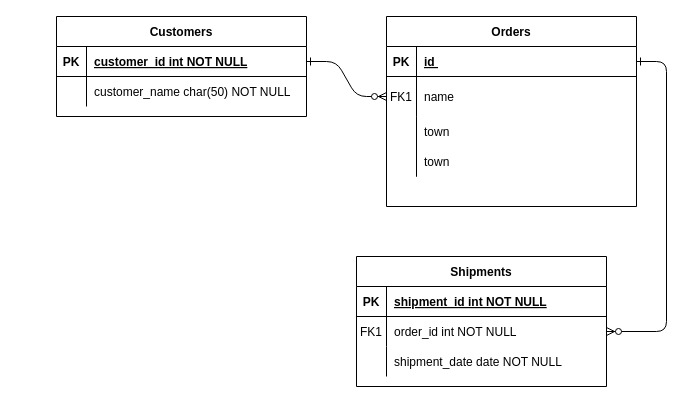
This is Диаграмма без названия.drawio from anastasiria/ER-diagram_SQL, a draw.io file, before an edit. Source tidied: cells renumbered, new cells numbered last; positions are measured from the earlier drawing's top-left corner, leaving out a move shared by most shapes. Both pictures are drawn from the tidied source at 100%, with x=0, y=0 at pixel (56, 16).
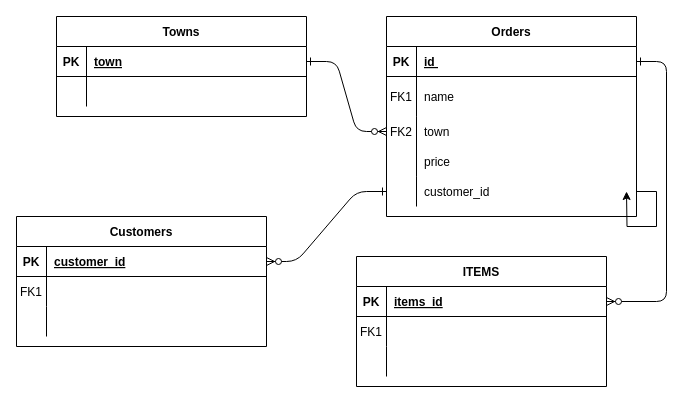
The same page after the edit.

The change refers to these unchanged cells:
```xml
<mxCell id="5" style="shape=partialRectangle;fillColor=none;points=[[0,0.5],[1,0.5]];portConstraint=eastwest;top=0;left=0;right=0;bottom=1;" parent="4" vertex="1">
  <mxGeometry y="30" width="250" height="30" as="geometry" />
</mxCell>
<mxCell id="8" style="shape=partialRectangle;fillColor=none;points=[[0,0.5],[1,0.5]];portConstraint=eastwest;top=0;left=0;right=0;bottom=0;" parent="4" vertex="1">
  <mxGeometry y="60" width="250" height="40" as="geometry" />
</mxCell>
<mxCell id="11" style="shape=partialRectangle;fillColor=none;points=[[0,0.5],[1,0.5]];portConstraint=eastwest;top=0;left=0;right=0;bottom=0;" parent="4" vertex="1">
  <mxGeometry y="100" width="250" height="30" as="geometry" />
</mxCell>
<mxCell id="14" style="shape=partialRectangle;fillColor=none;top=0;left=0;right=0;bottom=0;" parent="4" vertex="1">
  <mxGeometry y="130" width="250" height="30" as="geometry" />
</mxCell>
<mxCell id="18" style="shape=partialRectangle;fillColor=none;points=[[0,0.5],[1,0.5]];portConstraint=eastwest;top=0;left=0;right=0;bottom=1;" parent="17" vertex="1">
  <mxGeometry y="30" width="250" height="30" as="geometry" />
</mxCell>
<mxCell id="21" style="shape=partialRectangle;fillColor=none;points=[[0,0.5],[1,0.5]];portConstraint=eastwest;top=0;left=0;right=0;bottom=0;" parent="17" vertex="1">
  <mxGeometry y="60" width="250" height="30" as="geometry" />
</mxCell>
<mxCell id="24" style="shape=partialRectangle;fillColor=none;top=0;left=0;right=0;bottom=0;" parent="17" vertex="1">
  <mxGeometry y="90" width="250" height="30" as="geometry" />
</mxCell>
<mxCell id="28" style="shape=partialRectangle;fillColor=none;points=[[0,0.5],[1,0.5]];portConstraint=eastwest;top=0;left=0;right=0;bottom=1;" parent="27" vertex="1">
  <mxGeometry y="30" width="250" height="30" as="geometry" />
</mxCell>
<mxCell id="31" style="shape=partialRectangle;fillColor=none;top=0;left=0;right=0;bottom=0;" parent="27" vertex="1">
  <mxGeometry y="60" width="250" height="30" as="geometry" />
</mxCell>
```

The edit, as a diff of the source:
```diff
@@
-    <mxCell id="2" style="edgeStyle=entityRelationEdgeStyle;endArrow=ERzeroToMany;startArrow=ERone;endFill=1;startFill=0;" parent="1" edge="1" source="28" target="8">
-      <mxGeometry relative="1" as="geometry" />
+    <mxCell id="2" style="edgeStyle=entityRelationEdgeStyle;endArrow=ERzeroToMany;startArrow=ERone;endFill=1;startFill=0;entryX=0;entryY=0.5;entryDx=0;entryDy=0;" parent="1" edge="1" source="28" target="11">
+      <mxGeometry relative="1" as="geometry">
+        <Array as="points">
+          <mxPoint x="320" y="120" />
+        </Array>
+      </mxGeometry>
     </mxCell>
-    <mxCell id="3" style="edgeStyle=entityRelationEdgeStyle;endArrow=ERzeroToMany;startArrow=ERone;endFill=1;startFill=0;" parent="1" edge="1" source="5" target="21">
+    <mxCell id="3" style="edgeStyle=entityRelationEdgeStyle;endArrow=ERzeroToMany;startArrow=ERone;endFill=1;startFill=0;entryX=1;entryY=0.5;entryDx=0;entryDy=0;" parent="1" edge="1" source="5" target="18">
       <mxGeometry relative="1" as="geometry" />
     </mxCell>
     <mxCell id="4" value="Orders" style="shape=table;startSize=30;childLayout=tableLayout;rowLines=0;fontStyle=1;align=center;" parent="1" vertex="1">
-      <mxGeometry x="330" width="250" height="190" as="geometry" />
+      <mxGeometry x="330" width="250" height="200" as="geometry" />
     </mxCell>
@@
-    <mxCell id="12" style="shape=partialRectangle;overflow=hidden;fillColor=none;top=0;left=0;bottom=0;right=0;" parent="11" vertex="1">
+    <mxCell id="12" value="FK2" style="shape=partialRectangle;overflow=hidden;fillColor=none;top=0;left=0;bottom=0;right=0;" parent="11" vertex="1">
       <mxGeometry width="30" height="30" as="geometry" />
     </mxCell>
@@
-    <mxCell id="16" value="town" style="shape=partialRectangle;overflow=hidden;fillColor=none;top=0;left=0;bottom=0;right=0;align=left;spacingLeft=6;" parent="14" vertex="1">
+    <mxCell id="16" value="price" style="shape=partialRectangle;overflow=hidden;fillColor=none;top=0;left=0;bottom=0;right=0;align=left;spacingLeft=6;" parent="14" vertex="1">
       <mxGeometry x="30" width="220" height="30" as="geometry" />
     </mxCell>
+    <mxCell id="35" style="shape=partialRectangle;fillColor=none;points=[[0,0.5],[1,0.5]];portConstraint=eastwest;top=0;left=0;right=0;bottom=0;" parent="4" vertex="1">
+      <mxGeometry y="160" width="250" height="30" as="geometry" />
+    </mxCell>
+    <mxCell id="36" style="shape=partialRectangle;overflow=hidden;fillColor=none;top=0;left=0;bottom=0;right=0;" parent="35" vertex="1">
+      <mxGeometry width="30" height="30" as="geometry" />
+    </mxCell>
+    <mxCell id="37" value="customer_id" style="shape=partialRectangle;overflow=hidden;fillColor=none;top=0;left=0;bottom=0;right=0;align=left;spacingLeft=6;" parent="35" vertex="1">
+      <mxGeometry x="30" width="220" height="30" as="geometry" />
+    </mxCell>
-    <mxCell id="17" value="Shipments" style="shape=table;startSize=30;childLayout=tableLayout;rowLines=0;fontStyle=1;align=center;" parent="1" vertex="1">
+    <mxCell id="17" value="ITEMS" style="shape=table;startSize=30;childLayout=tableLayout;rowLines=0;fontStyle=1;align=center;" parent="1" vertex="1">
       <mxGeometry x="300" y="240" width="250" height="130" as="geometry" />
     </mxCell>
@@
-    <mxCell id="20" value="shipment_id int NOT NULL " style="shape=partialRectangle;overflow=hidden;fillColor=none;top=0;left=0;bottom=0;right=0;align=left;spacingLeft=6;fontStyle=5;" parent="18" vertex="1">
+    <mxCell id="20" value="items_id" style="shape=partialRectangle;overflow=hidden;fillColor=none;top=0;left=0;bottom=0;right=0;align=left;spacingLeft=6;fontStyle=5;" parent="18" vertex="1">
       <mxGeometry x="30" width="220" height="30" as="geometry" />
     </mxCell>
@@
-    <mxCell id="23" value="order_id int NOT NULL" style="shape=partialRectangle;overflow=hidden;fillColor=none;top=0;left=0;bottom=0;right=0;align=left;spacingLeft=6;" parent="21" vertex="1">
+    <mxCell id="23" style="shape=partialRectangle;overflow=hidden;fillColor=none;top=0;left=0;bottom=0;right=0;align=left;spacingLeft=6;" parent="21" vertex="1">
       <mxGeometry x="30" width="220" height="30" as="geometry" />
     </mxCell>
@@
-    <mxCell id="26" value="shipment_date date NOT NULL" style="shape=partialRectangle;overflow=hidden;fillColor=none;top=0;left=0;bottom=0;right=0;align=left;spacingLeft=6;" parent="24" vertex="1">
+    <mxCell id="26" style="shape=partialRectangle;overflow=hidden;fillColor=none;top=0;left=0;bottom=0;right=0;align=left;spacingLeft=6;" parent="24" vertex="1">
       <mxGeometry x="30" width="220" height="30" as="geometry" />
     </mxCell>
-    <mxCell id="27" value="Customers" style="shape=table;startSize=30;childLayout=tableLayout;rowLines=0;fontStyle=1;align=center;" parent="1" vertex="1">
+    <mxCell id="27" value="Towns" style="shape=table;startSize=30;childLayout=tableLayout;rowLines=0;fontStyle=1;align=center;" parent="1" vertex="1">
       <mxGeometry width="250" height="100" as="geometry" />
     </mxCell>
@@
-    <mxCell id="30" value="customer_id int NOT NULL " style="shape=partialRectangle;overflow=hidden;fillColor=none;top=0;left=0;bottom=0;right=0;align=left;spacingLeft=6;fontStyle=5;" parent="28" vertex="1">
+    <mxCell id="30" value="town" style="shape=partialRectangle;overflow=hidden;fillColor=none;top=0;left=0;bottom=0;right=0;align=left;spacingLeft=6;fontStyle=5;" parent="28" vertex="1">
       <mxGeometry x="30" width="220" height="30" as="geometry" />
     </mxCell>
@@
-    <mxCell id="33" value="customer_name char(50) NOT NULL" style="shape=partialRectangle;overflow=hidden;fillColor=none;top=0;left=0;bottom=0;right=0;align=left;spacingLeft=6;" parent="31" vertex="1">
+    <mxCell id="33" style="shape=partialRectangle;overflow=hidden;fillColor=none;top=0;left=0;bottom=0;right=0;align=left;spacingLeft=6;" parent="31" vertex="1">
       <mxGeometry x="30" width="220" height="30" as="geometry" />
     </mxCell>
@@
+    <mxCell id="38" value="Customers" style="shape=table;startSize=30;childLayout=tableLayout;rowLines=0;fontStyle=1;align=center;" parent="1" vertex="1">
+      <mxGeometry x="-40" y="200" width="250" height="130" as="geometry" />
+    </mxCell>
+    <mxCell id="39" style="shape=partialRectangle;fillColor=none;points=[[0,0.5],[1,0.5]];portConstraint=eastwest;top=0;left=0;right=0;bottom=1;" parent="38" vertex="1">
+      <mxGeometry y="30" width="250" height="30" as="geometry" />
+    </mxCell>
+    <mxCell id="40" value="PK" style="shape=partialRectangle;overflow=hidden;fillColor=none;top=0;left=0;bottom=0;right=0;fontStyle=1;" parent="39" vertex="1">
+      <mxGeometry width="30" height="30" as="geometry" />
+    </mxCell>
+    <mxCell id="41" value="customer_id" style="shape=partialRectangle;overflow=hidden;fillColor=none;top=0;left=0;bottom=0;right=0;align=left;spacingLeft=6;fontStyle=5;" parent="39" vertex="1">
+      <mxGeometry x="30" width="220" height="30" as="geometry" />
+    </mxCell>
+    <mxCell id="42" style="shape=partialRectangle;fillColor=none;top=0;left=0;right=0;bottom=0;" parent="38" vertex="1">
+      <mxGeometry y="60" width="250" height="30" as="geometry" />
+    </mxCell>
+    <mxCell id="43" value="FK1" style="shape=partialRectangle;overflow=hidden;fillColor=none;top=0;left=0;bottom=0;right=0;" parent="42" vertex="1">
+      <mxGeometry width="30" height="30" as="geometry" />
+    </mxCell>
+    <mxCell id="44" style="shape=partialRectangle;overflow=hidden;fillColor=none;top=0;left=0;bottom=0;right=0;align=left;spacingLeft=6;" parent="42" vertex="1">
+      <mxGeometry x="30" width="220" height="30" as="geometry" />
+    </mxCell>
+    <mxCell id="45" style="shape=partialRectangle;fillColor=none;top=0;left=0;right=0;bottom=0;" parent="38" vertex="1">
+      <mxGeometry y="90" width="250" height="30" as="geometry" />
+    </mxCell>
+    <mxCell id="46" style="shape=partialRectangle;overflow=hidden;fillColor=none;top=0;left=0;bottom=0;right=0;" parent="45" vertex="1">
+      <mxGeometry width="30" height="30" as="geometry" />
+    </mxCell>
+    <mxCell id="47" style="shape=partialRectangle;overflow=hidden;fillColor=none;top=0;left=0;bottom=0;right=0;align=left;spacingLeft=6;" parent="45" vertex="1">
+      <mxGeometry x="30" width="220" height="30" as="geometry" />
+    </mxCell>
+    <mxCell id="48" style="edgeStyle=entityRelationEdgeStyle;endArrow=ERzeroToMany;startArrow=ERone;endFill=1;startFill=0;entryX=1;entryY=0.5;entryDx=0;entryDy=0;exitX=0;exitY=0.5;exitDx=0;exitDy=0;" parent="1" edge="1" source="35" target="39">
+      <mxGeometry relative="1" as="geometry" />
+    </mxCell>
+    <mxCell id="49" style="edgeStyle=orthogonalEdgeStyle;rounded=0;jettySize=auto;html=1;" parent="1" edge="1" source="35">
+      <mxGeometry relative="1" as="geometry">
+        <mxPoint x="570" y="175" as="targetPoint" />
+      </mxGeometry>
+    </mxCell>
```
